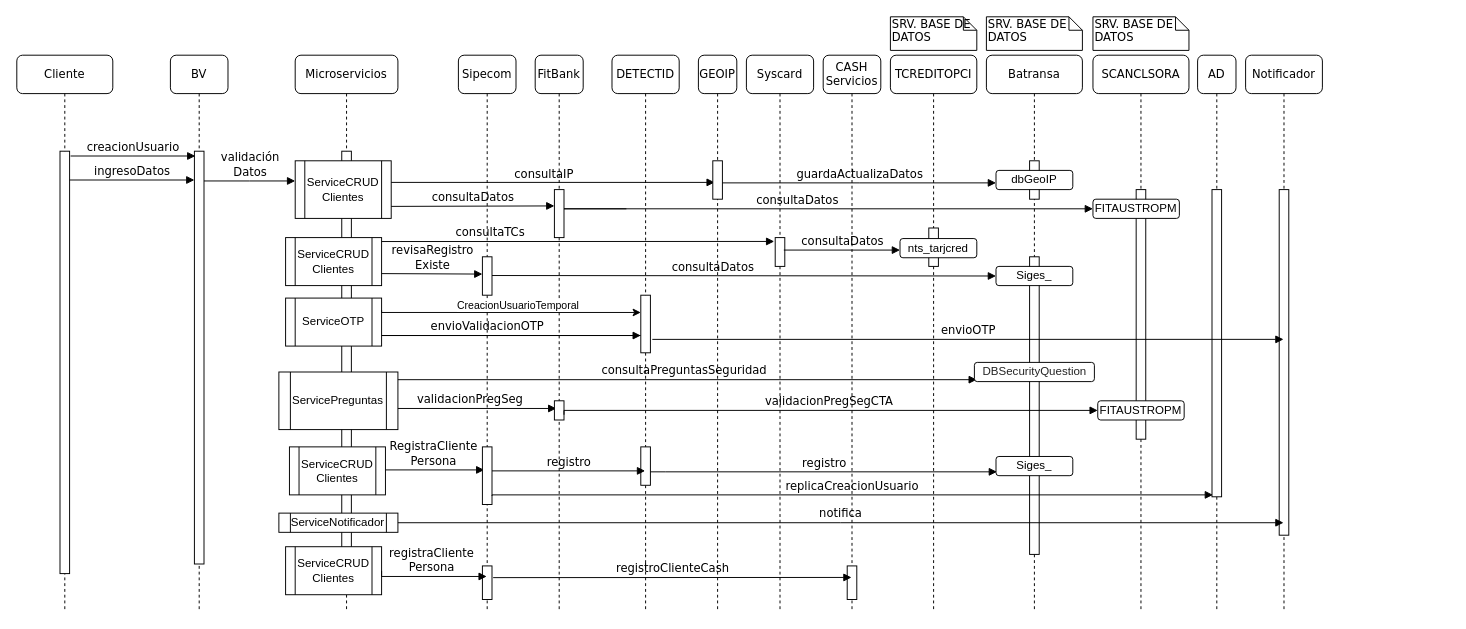
The draw.io diagram page "DiagramaSeqCreacion ONLY FIT" (4 of 12) of CreateUsrBVDiagram.drawio in davidguillermofg/Diagrams, before the edit. Source tidied: cells renumbered, new cells numbered last; positions are measured from the earlier drawing's top-left corner, leaving out a move shared by most shapes. Both pictures are drawn from the tidied source at 96%, with x=0, y=0 at pixel (16, 16).
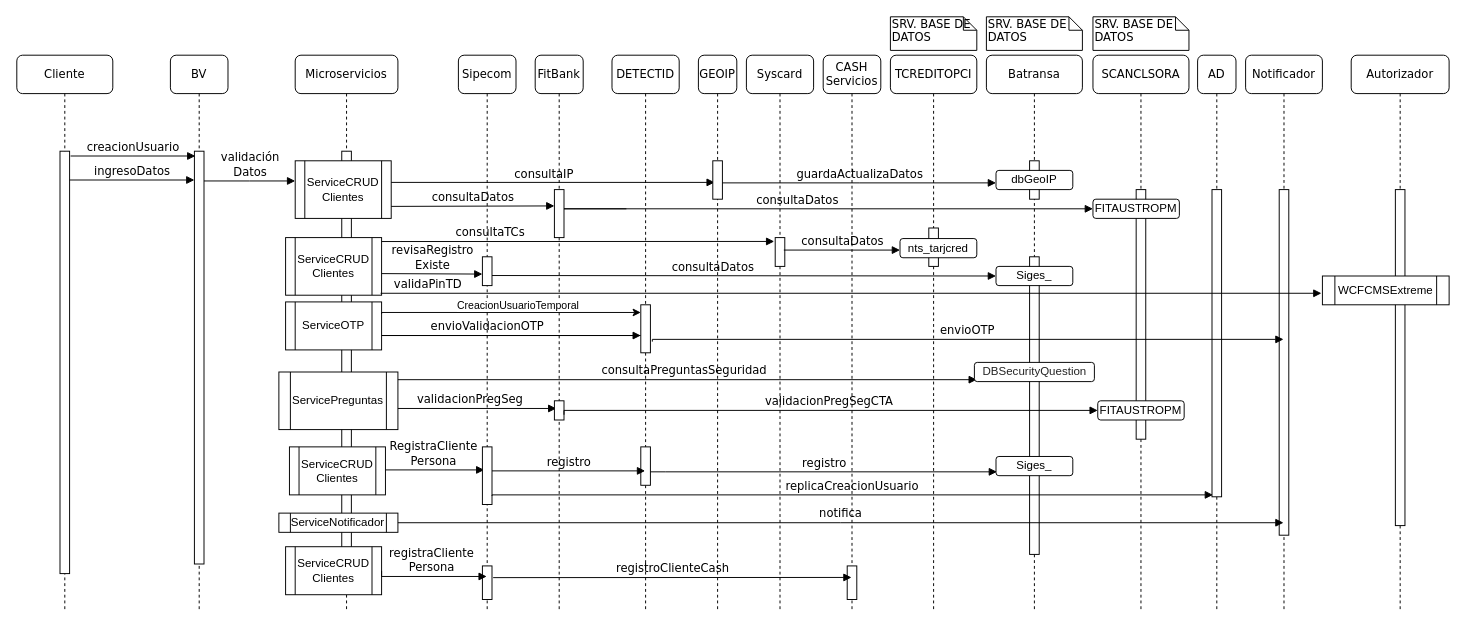
The same page after the edit.

Unchanged cells that the change refers to:
```xml
<mxCell id="9" value="Microservicios" style="shape=umlLifeline;perimeter=lifelinePerimeter;whiteSpace=wrap;html=1;rounded=1;shadow=0;comic=0;labelBackgroundColor=none;strokeWidth=1;fontFamily=Verdana;fontSize=12;align=center;" parent="1" vertex="1">
  <mxGeometry x="290" y="40" width="107" height="580" as="geometry" />
</mxCell>
<mxCell id="15" value="Sipecom" style="shape=umlLifeline;perimeter=lifelinePerimeter;whiteSpace=wrap;html=1;rounded=1;shadow=0;comic=0;labelBackgroundColor=none;strokeWidth=1;fontFamily=Verdana;fontSize=12;align=center;" parent="1" vertex="1">
  <mxGeometry x="460" y="40" width="60" height="580" as="geometry" />
</mxCell>
<mxCell id="19" value="DETECTID" style="shape=umlLifeline;perimeter=lifelinePerimeter;whiteSpace=wrap;html=1;rounded=1;shadow=0;comic=0;labelBackgroundColor=none;strokeWidth=1;fontFamily=Verdana;fontSize=12;align=center;" parent="1" vertex="1">
  <mxGeometry x="620" y="40" width="70" height="580" as="geometry" />
</mxCell>
```

Change to the diagram source:
```diff
@@
     <mxCell id="12" value="ServiceCRUD&lt;br&gt;Clientes" style="shape=process;whiteSpace=wrap;html=1;backgroundOutline=1;" parent="9" vertex="1">
-      <mxGeometry x="-10" y="190" width="100" height="50" as="geometry" />
+      <mxGeometry x="-10" y="190" width="100" height="60" as="geometry" />
     </mxCell>
     <mxCell id="13" value="ServiceOTP" style="shape=process;whiteSpace=wrap;html=1;backgroundOutline=1;" parent="9" vertex="1">
-      <mxGeometry x="-10" y="253" width="100" height="50" as="geometry" />
+      <mxGeometry x="-10" y="257" width="100" height="50" as="geometry" />
     </mxCell>
@@
     <mxCell id="16" style="html=1;points=[];perimeter=orthogonalPerimeter;rounded=0;shadow=0;comic=0;labelBackgroundColor=none;strokeWidth=1;fontFamily=Verdana;fontSize=12;align=center;" parent="15" vertex="1">
-      <mxGeometry x="25" y="210" width="10" height="40" as="geometry" />
+      <mxGeometry x="25" y="210" width="10" height="30" as="geometry" />
     </mxCell>
@@
     <mxCell id="20" style="html=1;points=[];perimeter=orthogonalPerimeter;rounded=0;shadow=0;comic=0;labelBackgroundColor=none;strokeWidth=1;fontFamily=Verdana;fontSize=12;align=center;" parent="19" vertex="1">
-      <mxGeometry x="30" y="250" width="10" height="60" as="geometry" />
+      <mxGeometry x="30" y="260" width="10" height="50" as="geometry" />
     </mxCell>
@@
+    <mxCell id="77" value="Autorizador" style="shape=umlLifeline;perimeter=lifelinePerimeter;whiteSpace=wrap;html=1;rounded=1;shadow=0;comic=0;labelBackgroundColor=none;strokeWidth=1;fontFamily=Verdana;fontSize=12;align=center;" parent="1" vertex="1">
+      <mxGeometry x="1390" y="40" width="102" height="580" as="geometry" />
+    </mxCell>
+    <mxCell id="78" style="html=1;perimeter=orthogonalPerimeter;rounded=0;shadow=0;comic=0;labelBackgroundColor=none;strokeColor=#000000;strokeWidth=1;fillColor=#FFFFFF;fontFamily=Verdana;fontSize=12;fontColor=#000000;align=center;" parent="77" vertex="1">
+      <mxGeometry x="46" y="140" width="10" height="350" as="geometry" />
+    </mxCell>
+    <mxCell id="79" value="WCFCMSExtreme" style="shape=process;whiteSpace=wrap;html=1;backgroundOutline=1;" parent="77" vertex="1">
+      <mxGeometry x="-30" y="230" width="132" height="30" as="geometry" />
+    </mxCell>
+    <mxCell id="80" value="validaPinTD" style="html=1;verticalAlign=bottom;endArrow=block;labelBackgroundColor=none;fontFamily=Verdana;fontSize=12;edgeStyle=elbowEdgeStyle;elbow=vertical;rounded=0;entryX=0;entryY=0.5;entryDx=0;entryDy=0;" parent="1" edge="1">
+      <mxGeometry x="-0.9" relative="1" as="geometry">
+        <mxPoint x="379" y="288" as="sourcePoint" />
+        <mxPoint x="1359" y="288" as="targetPoint" />
+      </mxGeometry>
+    </mxCell>
```
